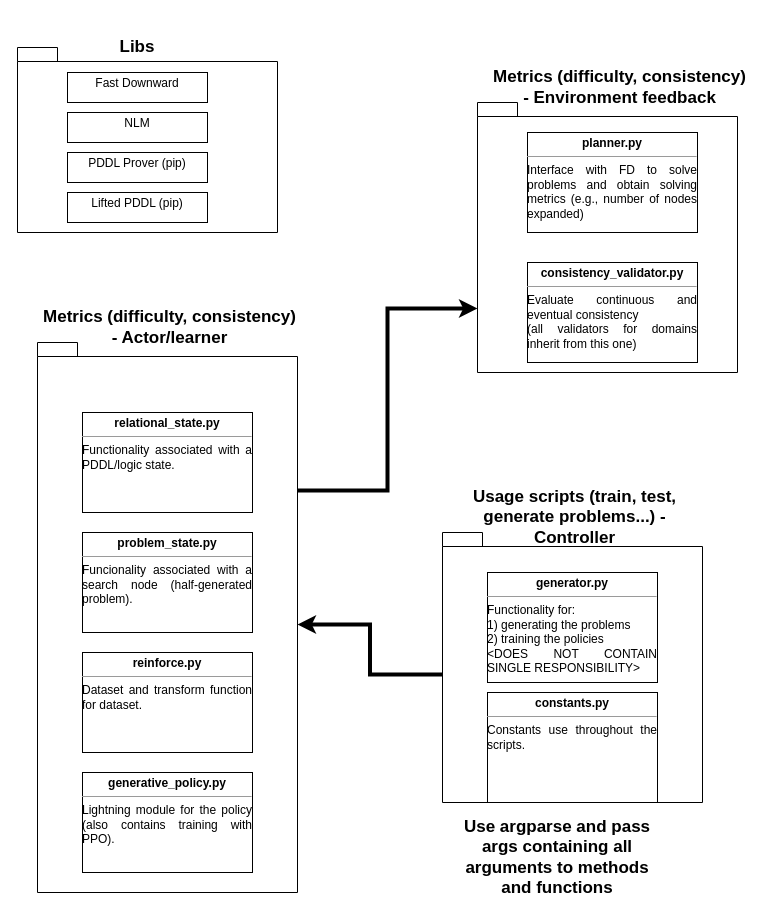
This is ongoing work/code_diagram.drawio from ari-dasci/S-PlanningProblemGeneration, a draw.io file, before an edit. Source tidied: cells renumbered, new cells numbered last; positions are measured from the earlier drawing's top-left corner, leaving out a move shared by most shapes. Both pictures are drawn from the tidied source at 100%, with x=0, y=0 at pixel (17, 32).
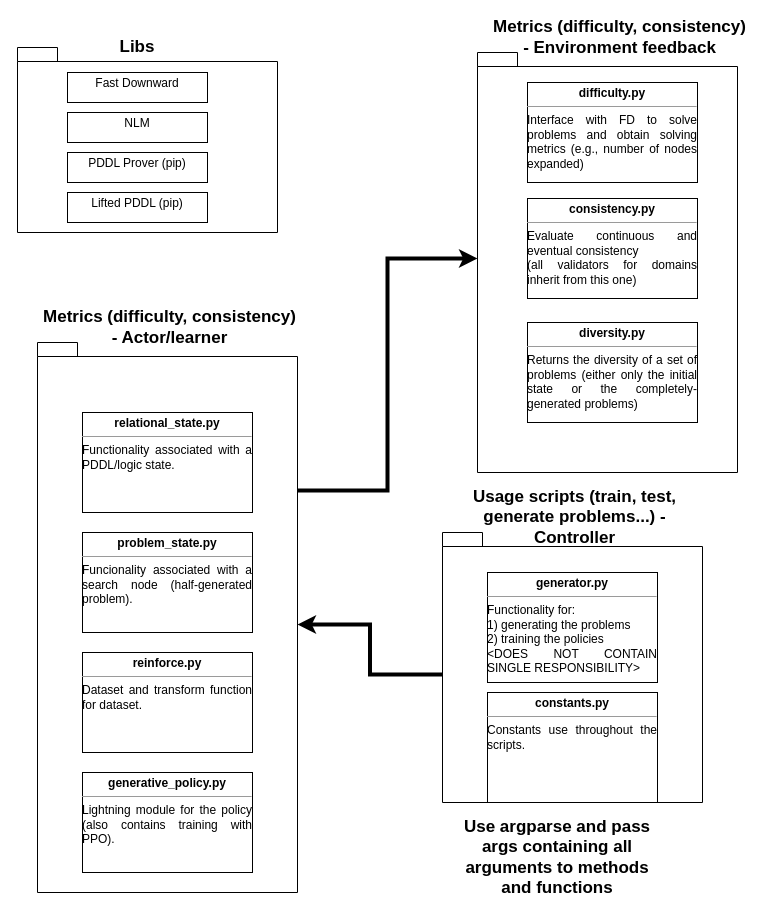
Above is the later version.

The edit, as a diff of the source:
```diff
@@
     <mxCell id="4" style="shape=folder;fontStyle=1;spacingTop=10;tabWidth=40;tabHeight=14;tabPosition=left;html=1;whiteSpace=wrap;" parent="1" vertex="1">
-      <mxGeometry x="460" y="70" width="260" height="270" as="geometry" />
+      <mxGeometry x="460" y="20" width="260" height="420" as="geometry" />
     </mxCell>
@@
-    <mxCell id="11" value="&lt;p style=&quot;margin:0px;margin-top:4px;text-align:center;&quot;&gt;&lt;b&gt;planner.py&lt;/b&gt;&lt;/p&gt;&lt;hr size=&quot;1&quot;&gt;&lt;div style=&quot;text-align: justify; height: 2px;&quot;&gt;Interface with FD to solve problems and obtain solving metrics (e.g., number of nodes expanded)&lt;/div&gt;" style="verticalAlign=top;align=left;overflow=fill;fontSize=12;fontFamily=Helvetica;html=1;whiteSpace=wrap;" parent="1" vertex="1">
-      <mxGeometry x="510" y="100" width="170" height="100" as="geometry" />
+    <mxCell id="11" value="&lt;p style=&quot;margin:0px;margin-top:4px;text-align:center;&quot;&gt;&lt;b&gt;difficulty.py&lt;/b&gt;&lt;/p&gt;&lt;hr size=&quot;1&quot;&gt;&lt;div style=&quot;text-align: justify; height: 2px;&quot;&gt;Interface with FD to solve problems and obtain solving metrics (e.g., number of nodes expanded)&lt;/div&gt;" style="verticalAlign=top;align=left;overflow=fill;fontSize=12;fontFamily=Helvetica;html=1;whiteSpace=wrap;" parent="1" vertex="1">
+      <mxGeometry x="510" y="50" width="170" height="100" as="geometry" />
     </mxCell>
-    <mxCell id="12" value="&lt;p style=&quot;margin:0px;margin-top:4px;text-align:center;&quot;&gt;&lt;b&gt;consistency_validator.py&lt;/b&gt;&lt;/p&gt;&lt;hr size=&quot;1&quot;&gt;&lt;div style=&quot;text-align: justify; height: 2px;&quot;&gt;Evaluate continuous and eventual consistency&lt;br&gt;(all validators for domains inherit from this one)&lt;/div&gt;" style="verticalAlign=top;align=left;overflow=fill;fontSize=12;fontFamily=Helvetica;html=1;whiteSpace=wrap;" parent="1" vertex="1">
-      <mxGeometry x="510" y="230" width="170" height="100" as="geometry" />
+    <mxCell id="12" value="&lt;p style=&quot;margin:0px;margin-top:4px;text-align:center;&quot;&gt;&lt;b&gt;consistency.py&lt;/b&gt;&lt;/p&gt;&lt;hr size=&quot;1&quot;&gt;&lt;div style=&quot;text-align: justify; height: 2px;&quot;&gt;Evaluate continuous and eventual consistency&lt;br&gt;(all validators for domains inherit from this one)&lt;/div&gt;" style="verticalAlign=top;align=left;overflow=fill;fontSize=12;fontFamily=Helvetica;html=1;whiteSpace=wrap;" parent="1" vertex="1">
+      <mxGeometry x="510" y="166" width="170" height="100" as="geometry" />
     </mxCell>
@@
     <mxCell id="18" value="&lt;b&gt;&lt;font style=&quot;font-size: 17px;&quot;&gt;Metrics (difficulty, consistency) - Environment feedback&lt;/font&gt;&lt;/b&gt;" style="text;html=1;strokeColor=none;fillColor=none;align=center;verticalAlign=middle;whiteSpace=wrap;rounded=0;" parent="1" vertex="1">
-      <mxGeometry x="470" y="40" width="265" height="30" as="geometry" />
+      <mxGeometry x="470" y="-10" width="265" height="30" as="geometry" />
     </mxCell>
@@
+    <mxCell id="25" value="&lt;p style=&quot;margin:0px;margin-top:4px;text-align:center;&quot;&gt;&lt;b&gt;diversity.py&lt;/b&gt;&lt;/p&gt;&lt;hr size=&quot;1&quot;&gt;&lt;div style=&quot;text-align: justify; height: 2px;&quot;&gt;Returns the diversity of a set of problems (either only the initial state or the completely-generated problems)&lt;/div&gt;" style="verticalAlign=top;align=left;overflow=fill;fontSize=12;fontFamily=Helvetica;html=1;whiteSpace=wrap;" parent="1" vertex="1">
+      <mxGeometry x="510" y="290" width="170" height="100" as="geometry" />
+    </mxCell>
```
